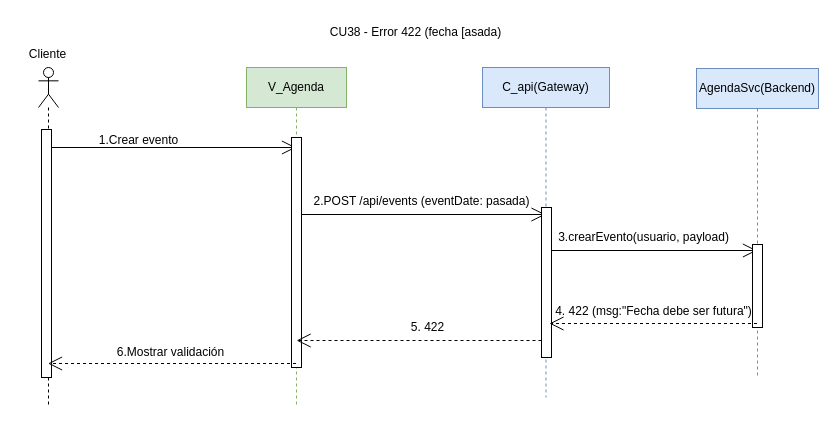
Before: page "CU38" (3 of 8) of INCREMENTO 3/Diagrama de secuencia(Error).drawio in Shizars/Proyecto-ing-soft-1-y-2, a draw.io diagram. Source tidied: cells renumbered, new cells numbered last; positions are measured from the earlier drawing's top-left corner, leaving out a move shared by most shapes. Both pictures are drawn from the tidied source at 100%, with x=0, y=0 at pixel (17, 17).
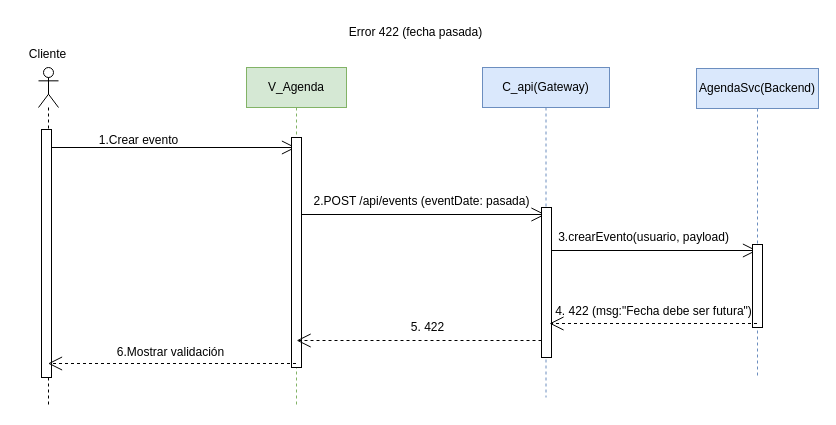
After the change.

Commit message (it also covers changes not shown here):
Trazabilidad: Actualización Diagramas Secuencia(Error)

What changed in the source:
```diff
@@
-    <mxCell id="21" value="CU38 - Error 422 (fecha [asada)" style="text;html=1;align=center;verticalAlign=middle;strokeColor=none;fillColor=none;" parent="1" vertex="1">
-      <mxGeometry x="303" width="190" height="30" as="geometry" />
+    <mxCell id="21" value="Error 422 (fecha pasada)" style="text;html=1;align=center;verticalAlign=middle;strokeColor=none;fillColor=none;" parent="1" vertex="1">
+      <mxGeometry x="318" width="160" height="30" as="geometry" />
     </mxCell>
```
